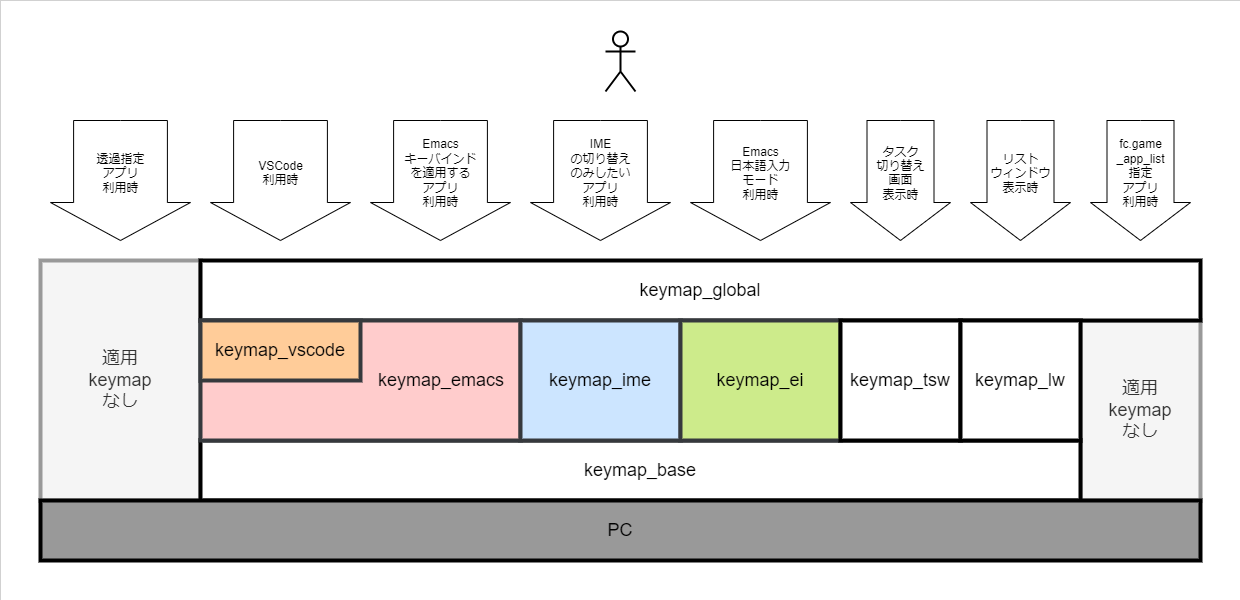
Earlier version of the draw.io export fakeymacs_manuals/keymap_layer.png (smzht/fakeymacs). Source tidied: cells renumbered, new cells last; positions are measured from the earlier drawing's top-left corner, leaving out a move shared by most shapes. Source of this version:
```xml
<mxGraphModel>
  <root>
    <mxCell id="0" />
    <mxCell id="1" parent="0" />
    <mxCell id="2" style="rounded=0;whiteSpace=wrap;html=1;strokeWidth=0;" parent="1" vertex="1">
      <mxGeometry width="1240" height="600" as="geometry" />
    </mxCell>
    <mxCell id="3" value="適用&lt;br style=&quot;font-size: 18px;&quot;&gt;keymap&lt;br style=&quot;font-size: 18px;&quot;&gt;なし" style="rounded=0;whiteSpace=wrap;html=1;strokeWidth=4;fontSize=18;fillColor=#f5f5f5;fontColor=#333333;strokeColor=#999999;" parent="1" vertex="1">
      <mxGeometry x="40" y="260" width="160" height="240" as="geometry" />
    </mxCell>
    <mxCell id="4" value="適用&lt;br style=&quot;font-size: 18px;&quot;&gt;keymap&lt;br style=&quot;font-size: 18px;&quot;&gt;なし" style="rounded=0;whiteSpace=wrap;html=1;strokeWidth=4;fontSize=18;fillColor=#f5f5f5;fontColor=#333333;strokeColor=#999999;" parent="1" vertex="1">
      <mxGeometry x="1080" y="320" width="120" height="180" as="geometry" />
    </mxCell>
    <mxCell id="5" value="&lt;font style=&quot;font-size: 18px;&quot;&gt;keymap_global&lt;br&gt;&lt;/font&gt;" style="rounded=0;whiteSpace=wrap;html=1;strokeWidth=4;align=center;" parent="1" vertex="1">
      <mxGeometry x="200" y="260" width="1000" height="60" as="geometry" />
    </mxCell>
    <mxCell id="6" value="&lt;font style=&quot;font-size: 18px;&quot;&gt;keymap_base&lt;/font&gt;" style="rounded=0;whiteSpace=wrap;html=1;strokeWidth=4;" parent="1" vertex="1">
      <mxGeometry x="200" y="440" width="880" height="60" as="geometry" />
    </mxCell>
    <mxCell id="7" value="&lt;font style=&quot;font-size: 18px;&quot;&gt;　　　　　　　　　keymap_emacs&lt;/font&gt;" style="rounded=0;whiteSpace=wrap;html=1;strokeWidth=4;fillColor=#ffcccc;strokeColor=#36393d;" parent="1" vertex="1">
      <mxGeometry x="200" y="320" width="320" height="120" as="geometry" />
    </mxCell>
    <mxCell id="8" value="&lt;font style=&quot;font-size: 18px;&quot;&gt;keymap_ime&lt;/font&gt;" style="rounded=0;whiteSpace=wrap;html=1;strokeWidth=4;fillColor=#cce5ff;strokeColor=#36393d;" parent="1" vertex="1">
      <mxGeometry x="520" y="320" width="160" height="120" as="geometry" />
    </mxCell>
    <mxCell id="9" value="&lt;font style=&quot;font-size: 18px;&quot;&gt;keymap_ei&lt;/font&gt;" style="rounded=0;whiteSpace=wrap;html=1;strokeWidth=4;fillColor=#cdeb8b;strokeColor=#36393d;" parent="1" vertex="1">
      <mxGeometry x="680" y="320" width="160" height="120" as="geometry" />
    </mxCell>
    <mxCell id="10" value="&lt;font style=&quot;font-size: 18px;&quot;&gt;keymap_tsw&lt;/font&gt;" style="rounded=0;whiteSpace=wrap;html=1;strokeWidth=4;" parent="1" vertex="1">
      <mxGeometry x="840" y="320" width="120" height="120" as="geometry" />
    </mxCell>
    <mxCell id="11" value="&lt;font style=&quot;font-size: 18px;&quot;&gt;keymap_lw&lt;/font&gt;" style="rounded=0;whiteSpace=wrap;html=1;strokeWidth=4;" parent="1" vertex="1">
      <mxGeometry x="960" y="320" width="120" height="120" as="geometry" />
    </mxCell>
    <mxCell id="12" value="&lt;font style=&quot;font-size: 18px;&quot;&gt;keymap_vscode&lt;/font&gt;" style="rounded=0;whiteSpace=wrap;html=1;strokeWidth=4;fillColor=#ffcc99;strokeColor=#36393d;" parent="1" vertex="1">
      <mxGeometry x="200" y="320" width="160" height="60" as="geometry" />
    </mxCell>
    <mxCell id="13" value="リスト&lt;br&gt;ウィンドウ&lt;br&gt;表示時&lt;br&gt;　" style="html=1;shadow=0;dashed=0;align=center;verticalAlign=middle;shape=mxgraph.arrows2.arrow;dy=0.33;dx=38;direction=south;notch=0;strokeWidth=1;" parent="1" vertex="1">
      <mxGeometry x="970" y="120" width="100" height="120" as="geometry" />
    </mxCell>
    <mxCell id="14" value="タスク&lt;br&gt;切り替え&lt;br&gt;画面&lt;br&gt;表示時&lt;br&gt;　" style="html=1;shadow=0;dashed=0;align=center;verticalAlign=middle;shape=mxgraph.arrows2.arrow;dy=0.33;dx=38;direction=south;notch=0;strokeWidth=1;" parent="1" vertex="1">
      <mxGeometry x="850" y="120" width="100" height="120" as="geometry" />
    </mxCell>
    <mxCell id="15" value="Emacs&lt;br&gt;日本語入力&lt;br&gt;モード&lt;br&gt;利用時&lt;br&gt;　" style="html=1;shadow=0;dashed=0;align=center;verticalAlign=middle;shape=mxgraph.arrows2.arrow;dy=0.33;dx=38;direction=south;notch=0;strokeWidth=1;" parent="1" vertex="1">
      <mxGeometry x="690" y="120" width="140" height="120" as="geometry" />
    </mxCell>
    <mxCell id="16" value="IME&lt;br&gt;の切り替え&lt;br&gt;のみしたい&lt;br&gt;アプリ&lt;br&gt;利用時&lt;br&gt;　" style="html=1;shadow=0;dashed=0;align=center;verticalAlign=middle;shape=mxgraph.arrows2.arrow;dy=0.33;dx=38;direction=south;notch=0;strokeWidth=1;" parent="1" vertex="1">
      <mxGeometry x="530" y="120" width="140" height="120" as="geometry" />
    </mxCell>
    <mxCell id="17" value="VSCode&lt;br&gt;利用時&lt;br&gt;　" style="html=1;shadow=0;dashed=0;align=center;verticalAlign=middle;shape=mxgraph.arrows2.arrow;dy=0.33;dx=38;direction=south;notch=0;strokeWidth=1;" parent="1" vertex="1">
      <mxGeometry x="210" y="120" width="140" height="120" as="geometry" />
    </mxCell>
    <mxCell id="18" value="Emacs&lt;br&gt;キーバインド&lt;br&gt;を適用する&lt;br&gt;アプリ&lt;br&gt;利用時&lt;br&gt;　" style="html=1;shadow=0;dashed=0;align=center;verticalAlign=middle;shape=mxgraph.arrows2.arrow;dy=0.33;dx=38;direction=south;notch=0;strokeWidth=1;" parent="1" vertex="1">
      <mxGeometry x="370" y="120" width="140" height="120" as="geometry" />
    </mxCell>
    <mxCell id="19" value="fc.game&lt;br&gt;_app_list&lt;br&gt;指定&lt;br&gt;アプリ&lt;br&gt;利用時&lt;br&gt;　" style="html=1;shadow=0;dashed=0;align=center;verticalAlign=middle;shape=mxgraph.arrows2.arrow;dy=0.33;dx=38;direction=south;notch=0;strokeWidth=1;" parent="1" vertex="1">
      <mxGeometry x="1090" y="120" width="100" height="120" as="geometry" />
    </mxCell>
    <mxCell id="20" value="透過指定&lt;br&gt;アプリ&lt;br&gt;利用時&lt;br&gt;　" style="html=1;shadow=0;dashed=0;align=center;verticalAlign=middle;shape=mxgraph.arrows2.arrow;dy=0.33;dx=38;direction=south;notch=0;strokeWidth=1;" parent="1" vertex="1">
      <mxGeometry x="50" y="120" width="140" height="120" as="geometry" />
    </mxCell>
    <mxCell id="21" value="&lt;font style=&quot;font-size: 18px;&quot;&gt;PC&lt;/font&gt;" style="rounded=0;whiteSpace=wrap;html=1;strokeWidth=4;fillColor=#999999;" parent="1" vertex="1">
      <mxGeometry x="40" y="500" width="1160" height="60" as="geometry" />
    </mxCell>
    <mxCell id="22" style="shape=umlActor;verticalLabelPosition=bottom;verticalAlign=top;html=1;strokeWidth=2;" parent="1" vertex="1">
      <mxGeometry x="605" y="31" width="30" height="60" as="geometry" />
    </mxCell>
  </root>
</mxGraphModel>
```
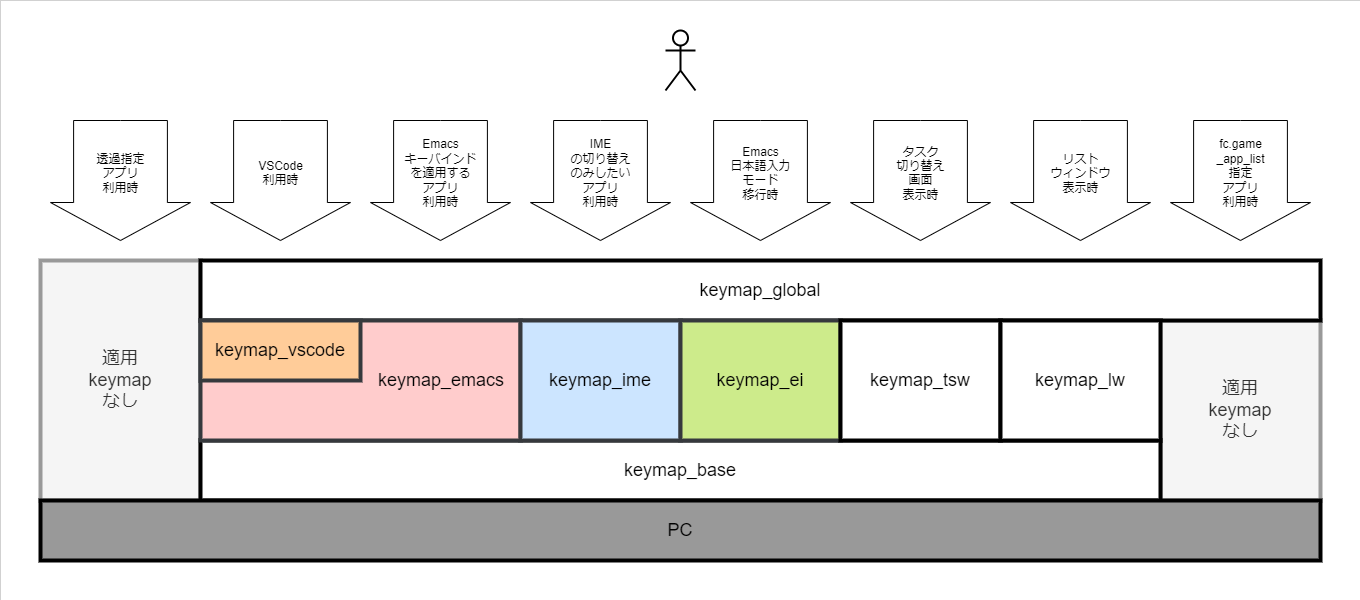
Later version of the same file.

What changed in the source:
```diff
@@ -3,19 +3,19 @@
     <mxCell id="0" />
     <mxCell id="1" parent="0" />
     <mxCell id="2" style="rounded=0;whiteSpace=wrap;html=1;strokeWidth=0;" parent="1" vertex="1">
-      <mxGeometry width="1240" height="600" as="geometry" />
+      <mxGeometry width="1360" height="600" as="geometry" />
     </mxCell>
     <mxCell id="3" value="適用&lt;br style=&quot;font-size: 18px;&quot;&gt;keymap&lt;br style=&quot;font-size: 18px;&quot;&gt;なし" style="rounded=0;whiteSpace=wrap;html=1;strokeWidth=4;fontSize=18;fillColor=#f5f5f5;fontColor=#333333;strokeColor=#999999;" parent="1" vertex="1">
       <mxGeometry x="40" y="260" width="160" height="240" as="geometry" />
     </mxCell>
     <mxCell id="4" value="適用&lt;br style=&quot;font-size: 18px;&quot;&gt;keymap&lt;br style=&quot;font-size: 18px;&quot;&gt;なし" style="rounded=0;whiteSpace=wrap;html=1;strokeWidth=4;fontSize=18;fillColor=#f5f5f5;fontColor=#333333;strokeColor=#999999;" parent="1" vertex="1">
-      <mxGeometry x="1080" y="320" width="120" height="180" as="geometry" />
+      <mxGeometry x="1160" y="320" width="160" height="180" as="geometry" />
     </mxCell>
     <mxCell id="5" value="&lt;font style=&quot;font-size: 18px;&quot;&gt;keymap_global&lt;br&gt;&lt;/font&gt;" style="rounded=0;whiteSpace=wrap;html=1;strokeWidth=4;align=center;" parent="1" vertex="1">
-      <mxGeometry x="200" y="260" width="1000" height="60" as="geometry" />
+      <mxGeometry x="200" y="260" width="1120" height="60" as="geometry" />
     </mxCell>
     <mxCell id="6" value="&lt;font style=&quot;font-size: 18px;&quot;&gt;keymap_base&lt;/font&gt;" style="rounded=0;whiteSpace=wrap;html=1;strokeWidth=4;" parent="1" vertex="1">
-      <mxGeometry x="200" y="440" width="880" height="60" as="geometry" />
+      <mxGeometry x="200" y="440" width="960" height="60" as="geometry" />
     </mxCell>
     <mxCell id="7" value="&lt;font style=&quot;font-size: 18px;&quot;&gt;　　　　　　　　　keymap_emacs&lt;/font&gt;" style="rounded=0;whiteSpace=wrap;html=1;strokeWidth=4;fillColor=#ffcccc;strokeColor=#36393d;" parent="1" vertex="1">
       <mxGeometry x="200" y="320" width="320" height="120" as="geometry" />
@@ -27,21 +27,21 @@
       <mxGeometry x="680" y="320" width="160" height="120" as="geometry" />
     </mxCell>
     <mxCell id="10" value="&lt;font style=&quot;font-size: 18px;&quot;&gt;keymap_tsw&lt;/font&gt;" style="rounded=0;whiteSpace=wrap;html=1;strokeWidth=4;" parent="1" vertex="1">
-      <mxGeometry x="840" y="320" width="120" height="120" as="geometry" />
+      <mxGeometry x="840" y="320" width="160" height="120" as="geometry" />
     </mxCell>
     <mxCell id="11" value="&lt;font style=&quot;font-size: 18px;&quot;&gt;keymap_lw&lt;/font&gt;" style="rounded=0;whiteSpace=wrap;html=1;strokeWidth=4;" parent="1" vertex="1">
-      <mxGeometry x="960" y="320" width="120" height="120" as="geometry" />
+      <mxGeometry x="1000" y="320" width="160" height="120" as="geometry" />
     </mxCell>
     <mxCell id="12" value="&lt;font style=&quot;font-size: 18px;&quot;&gt;keymap_vscode&lt;/font&gt;" style="rounded=0;whiteSpace=wrap;html=1;strokeWidth=4;fillColor=#ffcc99;strokeColor=#36393d;" parent="1" vertex="1">
       <mxGeometry x="200" y="320" width="160" height="60" as="geometry" />
     </mxCell>
     <mxCell id="13" value="リスト&lt;br&gt;ウィンドウ&lt;br&gt;表示時&lt;br&gt;　" style="html=1;shadow=0;dashed=0;align=center;verticalAlign=middle;shape=mxgraph.arrows2.arrow;dy=0.33;dx=38;direction=south;notch=0;strokeWidth=1;" parent="1" vertex="1">
-      <mxGeometry x="970" y="120" width="100" height="120" as="geometry" />
+      <mxGeometry x="1010" y="120" width="140" height="120" as="geometry" />
     </mxCell>
     <mxCell id="14" value="タスク&lt;br&gt;切り替え&lt;br&gt;画面&lt;br&gt;表示時&lt;br&gt;　" style="html=1;shadow=0;dashed=0;align=center;verticalAlign=middle;shape=mxgraph.arrows2.arrow;dy=0.33;dx=38;direction=south;notch=0;strokeWidth=1;" parent="1" vertex="1">
-      <mxGeometry x="850" y="120" width="100" height="120" as="geometry" />
+      <mxGeometry x="850" y="120" width="140" height="120" as="geometry" />
     </mxCell>
-    <mxCell id="15" value="Emacs&lt;br&gt;日本語入力&lt;br&gt;モード&lt;br&gt;利用時&lt;br&gt;　" style="html=1;shadow=0;dashed=0;align=center;verticalAlign=middle;shape=mxgraph.arrows2.arrow;dy=0.33;dx=38;direction=south;notch=0;strokeWidth=1;" parent="1" vertex="1">
+    <mxCell id="15" value="Emacs&lt;br&gt;日本語入力&lt;br&gt;モード&lt;br&gt;移行時&lt;br&gt;　" style="html=1;shadow=0;dashed=0;align=center;verticalAlign=middle;shape=mxgraph.arrows2.arrow;dy=0.33;dx=38;direction=south;notch=0;strokeWidth=1;" parent="1" vertex="1">
       <mxGeometry x="690" y="120" width="140" height="120" as="geometry" />
     </mxCell>
     <mxCell id="16" value="IME&lt;br&gt;の切り替え&lt;br&gt;のみしたい&lt;br&gt;アプリ&lt;br&gt;利用時&lt;br&gt;　" style="html=1;shadow=0;dashed=0;align=center;verticalAlign=middle;shape=mxgraph.arrows2.arrow;dy=0.33;dx=38;direction=south;notch=0;strokeWidth=1;" parent="1" vertex="1">
@@ -54,16 +54,16 @@
       <mxGeometry x="370" y="120" width="140" height="120" as="geometry" />
     </mxCell>
     <mxCell id="19" value="fc.game&lt;br&gt;_app_list&lt;br&gt;指定&lt;br&gt;アプリ&lt;br&gt;利用時&lt;br&gt;　" style="html=1;shadow=0;dashed=0;align=center;verticalAlign=middle;shape=mxgraph.arrows2.arrow;dy=0.33;dx=38;direction=south;notch=0;strokeWidth=1;" parent="1" vertex="1">
-      <mxGeometry x="1090" y="120" width="100" height="120" as="geometry" />
+      <mxGeometry x="1170" y="120" width="140" height="120" as="geometry" />
     </mxCell>
     <mxCell id="20" value="透過指定&lt;br&gt;アプリ&lt;br&gt;利用時&lt;br&gt;　" style="html=1;shadow=0;dashed=0;align=center;verticalAlign=middle;shape=mxgraph.arrows2.arrow;dy=0.33;dx=38;direction=south;notch=0;strokeWidth=1;" parent="1" vertex="1">
       <mxGeometry x="50" y="120" width="140" height="120" as="geometry" />
     </mxCell>
     <mxCell id="21" value="&lt;font style=&quot;font-size: 18px;&quot;&gt;PC&lt;/font&gt;" style="rounded=0;whiteSpace=wrap;html=1;strokeWidth=4;fillColor=#999999;" parent="1" vertex="1">
-      <mxGeometry x="40" y="500" width="1160" height="60" as="geometry" />
+      <mxGeometry x="40" y="500" width="1280" height="60" as="geometry" />
     </mxCell>
     <mxCell id="22" style="shape=umlActor;verticalLabelPosition=bottom;verticalAlign=top;html=1;strokeWidth=2;" parent="1" vertex="1">
-      <mxGeometry x="605" y="31" width="30" height="60" as="geometry" />
+      <mxGeometry x="665" y="30" width="30" height="60" as="geometry" />
     </mxCell>
   </root>
 </mxGraphModel>
```
